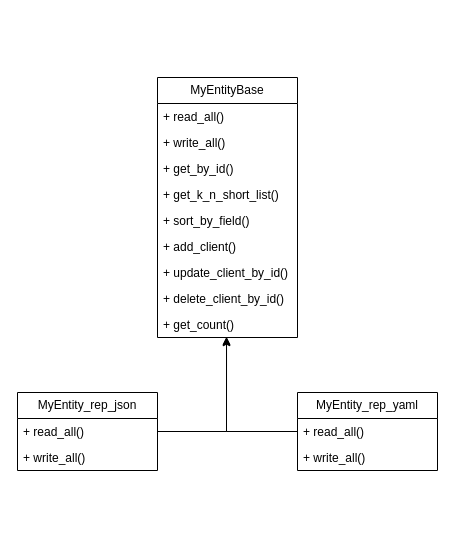
Before: 2_lab/MyEntityBase.drawio in Di-Liks/InformationSystemsDesign, a draw.io diagram. Source tidied: cells renumbered, new cells numbered last; positions are measured from the earlier drawing's top-left corner, leaving out a move shared by most shapes. Both pictures are drawn from the tidied source at 100%, with x=0, y=0 at pixel (17, 77).
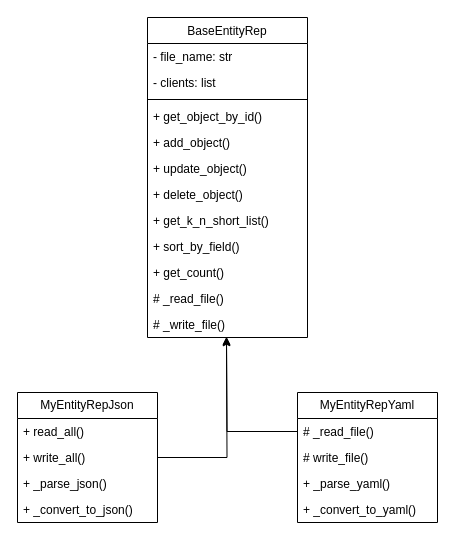
After the change.

The edit, as a diff of the source:
```diff
@@
-    <mxCell id="2" value="MyEntityBase" style="swimlane;fontStyle=0;horizontal=1;startSize=26;fillColor=none;whiteSpace=wrap;html=1;" parent="1" vertex="1">
-      <mxGeometry x="140" width="140" height="260" as="geometry" />
-    </mxCell>
-    <mxCell id="3" value="+ &lt;span class=&quot;hljs-built_in&quot;&gt;read_all&lt;/span&gt;()" style="text;strokeColor=none;fillColor=none;align=left;verticalAlign=top;spacingLeft=4;spacingRight=4;overflow=hidden;whiteSpace=wrap;html=1;" parent="2" vertex="1">
-      <mxGeometry y="26" width="140" height="26" as="geometry" />
-    </mxCell>
-    <mxCell id="4" value="+ &lt;span class=&quot;hljs-built_in&quot;&gt;write_all&lt;/span&gt;()" style="text;strokeColor=none;fillColor=none;align=left;verticalAlign=top;spacingLeft=4;spacingRight=4;overflow=hidden;whiteSpace=wrap;html=1;" parent="2" vertex="1">
-      <mxGeometry y="52" width="140" height="26" as="geometry" />
-    </mxCell>
-    <mxCell id="5" value="+ &lt;span class=&quot;hljs-built_in&quot;&gt;get_by_id&lt;/span&gt;()" style="text;strokeColor=none;fillColor=none;align=left;verticalAlign=top;spacingLeft=4;spacingRight=4;overflow=hidden;whiteSpace=wrap;html=1;" parent="2" vertex="1">
-      <mxGeometry y="78" width="140" height="26" as="geometry" />
-    </mxCell>
-    <mxCell id="6" value="+ &lt;span class=&quot;hljs-built_in&quot;&gt;get_k_n_short_list&lt;/span&gt;()" style="text;strokeColor=none;fillColor=none;align=left;verticalAlign=top;spacingLeft=4;spacingRight=4;overflow=hidden;whiteSpace=wrap;html=1;" parent="2" vertex="1">
-      <mxGeometry y="104" width="140" height="26" as="geometry" />
-    </mxCell>
-    <mxCell id="7" value="+ &lt;span class=&quot;hljs-built_in&quot;&gt;sort_by_field&lt;/span&gt;()" style="text;strokeColor=none;fillColor=none;align=left;verticalAlign=top;spacingLeft=4;spacingRight=4;overflow=hidden;whiteSpace=wrap;html=1;" parent="2" vertex="1">
-      <mxGeometry y="130" width="140" height="26" as="geometry" />
-    </mxCell>
-    <mxCell id="8" value="+ &lt;span class=&quot;hljs-built_in&quot;&gt;add_client&lt;/span&gt;()" style="text;strokeColor=none;fillColor=none;align=left;verticalAlign=top;spacingLeft=4;spacingRight=4;overflow=hidden;whiteSpace=wrap;html=1;" parent="2" vertex="1">
-      <mxGeometry y="156" width="140" height="26" as="geometry" />
-    </mxCell>
-    <mxCell id="9" value="+ &lt;span class=&quot;hljs-built_in&quot;&gt;update_client_by_id&lt;/span&gt;()" style="text;strokeColor=none;fillColor=none;align=left;verticalAlign=top;spacingLeft=4;spacingRight=4;overflow=hidden;whiteSpace=wrap;html=1;" parent="2" vertex="1">
-      <mxGeometry y="182" width="140" height="26" as="geometry" />
-    </mxCell>
-    <mxCell id="10" value="+ &lt;span class=&quot;hljs-built_in&quot;&gt;delete_client_by_id&lt;/span&gt;()" style="text;strokeColor=none;fillColor=none;align=left;verticalAlign=top;spacingLeft=4;spacingRight=4;overflow=hidden;whiteSpace=wrap;html=1;" parent="2" vertex="1">
-      <mxGeometry y="208" width="140" height="26" as="geometry" />
-    </mxCell>
-    <mxCell id="11" value="+ &lt;span class=&quot;hljs-built_in&quot;&gt;get_count&lt;/span&gt;()" style="text;strokeColor=none;fillColor=none;align=left;verticalAlign=top;spacingLeft=4;spacingRight=4;overflow=hidden;points=[[0,0.5],[1,0.5]];portConstraint=eastwest;whiteSpace=wrap;html=1;" parent="2" vertex="1">
-      <mxGeometry y="234" width="140" height="26" as="geometry" />
-    </mxCell>
-    <mxCell id="12" value="MyEntity_rep_json" style="swimlane;fontStyle=0;horizontal=1;startSize=26;fillColor=none;whiteSpace=wrap;html=1;" parent="1" vertex="1">
-      <mxGeometry y="315" width="140" height="78" as="geometry" />
+    <mxCell id="12" value="MyEntityRepJson" style="swimlane;fontStyle=0;horizontal=1;startSize=26;fillColor=none;whiteSpace=wrap;html=1;" parent="1" vertex="1">
+      <mxGeometry y="315" width="140" height="130" as="geometry" />
     </mxCell>
@@
+    <mxCell id="20" value="+ _parse_json()" style="text;strokeColor=none;fillColor=none;align=left;verticalAlign=top;spacingLeft=4;spacingRight=4;overflow=hidden;whiteSpace=wrap;html=1;" parent="12" vertex="1">
+      <mxGeometry y="78" width="140" height="26" as="geometry" />
+    </mxCell>
+    <mxCell id="21" value="+ _convert_to_json()" style="text;strokeColor=none;fillColor=none;align=left;verticalAlign=top;spacingLeft=4;spacingRight=4;overflow=hidden;whiteSpace=wrap;html=1;" parent="12" vertex="1">
+      <mxGeometry y="104" width="140" height="26" as="geometry" />
+    </mxCell>
-    <mxCell id="15" value="MyEntity_rep_yaml" style="swimlane;fontStyle=0;horizontal=1;startSize=26;fillColor=none;whiteSpace=wrap;html=1;" parent="1" vertex="1">
-      <mxGeometry x="280" y="315" width="140" height="78" as="geometry" />
+    <mxCell id="15" value="MyEntityRepYaml" style="swimlane;fontStyle=0;horizontal=1;startSize=26;fillColor=none;whiteSpace=wrap;html=1;" parent="1" vertex="1">
+      <mxGeometry x="280" y="315" width="140" height="130" as="geometry" />
     </mxCell>
-    <mxCell id="16" value="+ &lt;span class=&quot;hljs-built_in&quot;&gt;read_all&lt;/span&gt;()" style="text;strokeColor=none;fillColor=none;align=left;verticalAlign=top;spacingLeft=4;spacingRight=4;overflow=hidden;points=[[0,0.5],[1,0.5]];portConstraint=eastwest;whiteSpace=wrap;html=1;" parent="15" vertex="1">
+    <mxCell id="16" value="&lt;span class=&quot;hljs-built_in&quot;&gt;# _read_file&lt;/span&gt;()" style="text;strokeColor=none;fillColor=none;align=left;verticalAlign=top;spacingLeft=4;spacingRight=4;overflow=hidden;points=[[0,0.5],[1,0.5]];portConstraint=eastwest;whiteSpace=wrap;html=1;" parent="15" vertex="1">
       <mxGeometry y="26" width="140" height="26" as="geometry" />
     </mxCell>
-    <mxCell id="17" value="+ &lt;span class=&quot;hljs-built_in&quot;&gt;write_all&lt;/span&gt;()" style="text;strokeColor=none;fillColor=none;align=left;verticalAlign=top;spacingLeft=4;spacingRight=4;overflow=hidden;whiteSpace=wrap;html=1;" parent="15" vertex="1">
+    <mxCell id="17" value="&lt;span class=&quot;hljs-built_in&quot;&gt;# write_file&lt;/span&gt;()" style="text;strokeColor=none;fillColor=none;align=left;verticalAlign=top;spacingLeft=4;spacingRight=4;overflow=hidden;whiteSpace=wrap;html=1;" parent="15" vertex="1">
       <mxGeometry y="52" width="140" height="26" as="geometry" />
     </mxCell>
+    <mxCell id="22" value="+ _parse_yaml()" style="text;strokeColor=none;fillColor=none;align=left;verticalAlign=top;spacingLeft=4;spacingRight=4;overflow=hidden;whiteSpace=wrap;html=1;" parent="15" vertex="1">
+      <mxGeometry y="78" width="140" height="26" as="geometry" />
+    </mxCell>
+    <mxCell id="23" value="+ _convert_to_yaml()" style="text;strokeColor=none;fillColor=none;align=left;verticalAlign=top;spacingLeft=4;spacingRight=4;overflow=hidden;whiteSpace=wrap;html=1;" parent="15" vertex="1">
+      <mxGeometry y="104" width="140" height="26" as="geometry" />
+    </mxCell>
-    <mxCell id="18" style="edgeStyle=orthogonalEdgeStyle;rounded=0;jettySize=auto;html=1;exitX=0;exitY=0.5;exitDx=0;exitDy=0;entryX=0.493;entryY=1.011;entryDx=0;entryDy=0;entryPerimeter=0;" parent="1" edge="1" source="16" target="11">
-      <mxGeometry relative="1" as="geometry" />
+    <mxCell id="18" style="edgeStyle=orthogonalEdgeStyle;rounded=0;jettySize=auto;html=1;exitX=0;exitY=0.5;exitDx=0;exitDy=0;entryX=0.493;entryY=1.011;entryDx=0;entryDy=0;entryPerimeter=0;" parent="1" edge="1" source="16">
+      <mxGeometry relative="1" as="geometry">
+        <mxPoint x="209" y="260.3" as="targetPoint" />
+      </mxGeometry>
     </mxCell>
-    <mxCell id="19" style="edgeStyle=orthogonalEdgeStyle;rounded=0;jettySize=auto;html=1;exitX=1;exitY=0.5;exitDx=0;exitDy=0;entryX=0.493;entryY=0.967;entryDx=0;entryDy=0;entryPerimeter=0;" parent="1" edge="1" source="12" target="11">
-      <mxGeometry relative="1" as="geometry" />
+    <mxCell id="19" style="edgeStyle=orthogonalEdgeStyle;rounded=0;jettySize=auto;html=1;exitX=1;exitY=0.5;exitDx=0;exitDy=0;entryX=0.493;entryY=0.967;entryDx=0;entryDy=0;entryPerimeter=0;" parent="1" edge="1" source="12">
+      <mxGeometry relative="1" as="geometry">
+        <mxPoint x="209" y="259.1" as="targetPoint" />
+      </mxGeometry>
     </mxCell>
+    <mxCell id="24" value="&lt;span style=&quot;font-weight: normal;&quot;&gt;BaseEntityRep&lt;/span&gt;" style="swimlane;fontStyle=1;align=center;verticalAlign=top;horizontal=1;startSize=26;whiteSpace=wrap;html=1;" parent="1" vertex="1">
+      <mxGeometry x="130" y="-60" width="160" height="320" as="geometry" />
+    </mxCell>
+    <mxCell id="25" value="- file_name: str" style="text;strokeColor=none;fillColor=none;align=left;verticalAlign=top;spacingLeft=4;spacingRight=4;overflow=hidden;whiteSpace=wrap;html=1;" parent="24" vertex="1">
+      <mxGeometry y="26" width="160" height="26" as="geometry" />
+    </mxCell>
+    <mxCell id="26" value="- clients: list" style="text;strokeColor=none;fillColor=none;align=left;verticalAlign=top;spacingLeft=4;spacingRight=4;overflow=hidden;whiteSpace=wrap;html=1;" parent="24" vertex="1">
+      <mxGeometry y="52" width="160" height="26" as="geometry" />
+    </mxCell>
+    <mxCell id="27" style="line;strokeWidth=1;fillColor=none;align=left;verticalAlign=middle;spacingTop=-1;spacingLeft=3;spacingRight=3;labelPosition=right;strokeColor=inherit;" parent="24" vertex="1">
+      <mxGeometry y="78" width="160" height="8" as="geometry" />
+    </mxCell>
+    <mxCell id="28" value="+ get_object_by_id()" style="text;strokeColor=none;fillColor=none;align=left;verticalAlign=top;spacingLeft=4;spacingRight=4;overflow=hidden;whiteSpace=wrap;html=1;" parent="24" vertex="1">
+      <mxGeometry y="86" width="160" height="26" as="geometry" />
+    </mxCell>
+    <mxCell id="29" value="+ add_object()" style="text;strokeColor=none;fillColor=none;align=left;verticalAlign=top;spacingLeft=4;spacingRight=4;overflow=hidden;whiteSpace=wrap;html=1;" parent="24" vertex="1">
+      <mxGeometry y="112" width="160" height="26" as="geometry" />
+    </mxCell>
+    <mxCell id="30" value="+ update_object()" style="text;strokeColor=none;fillColor=none;align=left;verticalAlign=top;spacingLeft=4;spacingRight=4;overflow=hidden;whiteSpace=wrap;html=1;" parent="24" vertex="1">
+      <mxGeometry y="138" width="160" height="26" as="geometry" />
+    </mxCell>
+    <mxCell id="31" value="+ delete_object()" style="text;strokeColor=none;fillColor=none;align=left;verticalAlign=top;spacingLeft=4;spacingRight=4;overflow=hidden;whiteSpace=wrap;html=1;" parent="24" vertex="1">
+      <mxGeometry y="164" width="160" height="26" as="geometry" />
+    </mxCell>
+    <mxCell id="32" value="+ get_k_n_short_list()" style="text;strokeColor=none;fillColor=none;align=left;verticalAlign=top;spacingLeft=4;spacingRight=4;overflow=hidden;whiteSpace=wrap;html=1;" parent="24" vertex="1">
+      <mxGeometry y="190" width="160" height="26" as="geometry" />
+    </mxCell>
+    <mxCell id="33" value="+ sort_by_field()" style="text;strokeColor=none;fillColor=none;align=left;verticalAlign=top;spacingLeft=4;spacingRight=4;overflow=hidden;whiteSpace=wrap;html=1;" parent="24" vertex="1">
+      <mxGeometry y="216" width="160" height="26" as="geometry" />
+    </mxCell>
+    <mxCell id="34" value="+ get_count()" style="text;strokeColor=none;fillColor=none;align=left;verticalAlign=top;spacingLeft=4;spacingRight=4;overflow=hidden;whiteSpace=wrap;html=1;" parent="24" vertex="1">
+      <mxGeometry y="242" width="160" height="26" as="geometry" />
+    </mxCell>
+    <mxCell id="35" value="# _read_file()" style="text;strokeColor=none;fillColor=none;align=left;verticalAlign=top;spacingLeft=4;spacingRight=4;overflow=hidden;whiteSpace=wrap;html=1;" parent="24" vertex="1">
+      <mxGeometry y="268" width="160" height="26" as="geometry" />
+    </mxCell>
+    <mxCell id="36" value="# _write_file()" style="text;strokeColor=none;fillColor=none;align=left;verticalAlign=top;spacingLeft=4;spacingRight=4;overflow=hidden;whiteSpace=wrap;html=1;" parent="24" vertex="1">
+      <mxGeometry y="294" width="160" height="26" as="geometry" />
+    </mxCell>
```
